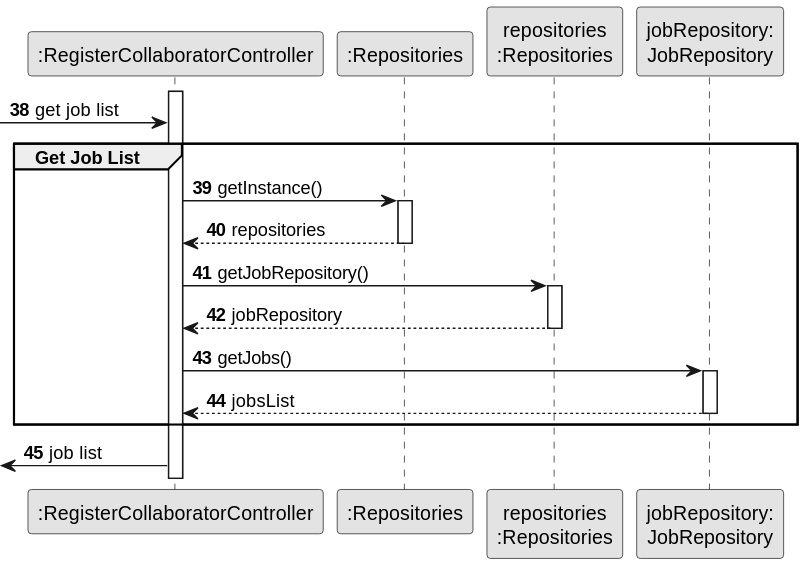
This is docs/sprintB/us003/03.design/svg/us003-sequence-diagram-partial-get-job-list.svg from ricardomm7/leaflink, a PlantUML export, as it was before one commit.
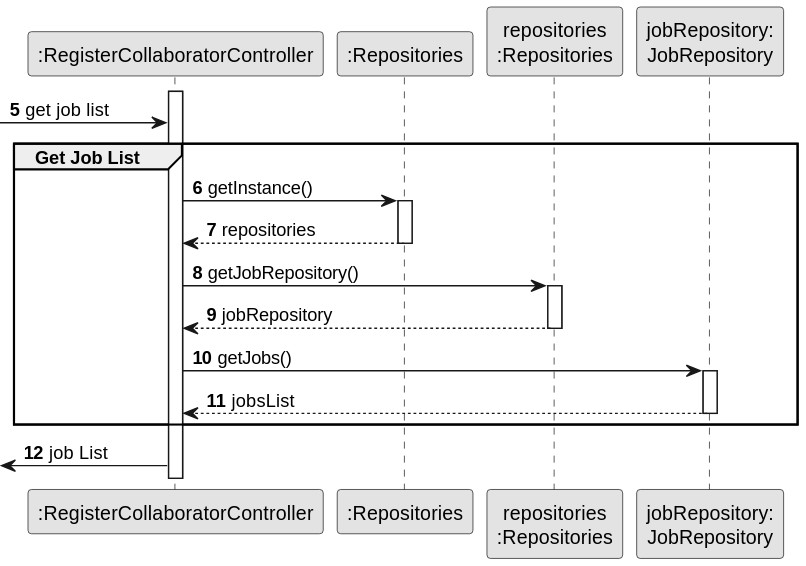
After the change.

The edit, as a diff of the source:
```diff
@@ -8,7 +8,7 @@
 participant "repositories\n:Repositories" as PLAT
 participant "jobRepository:\nJobRepository" as jobRepository
 
-autonumber 38
+autonumber 5
 activate CTRL
 
 -> CTRL: get job list
@@ -28,5 +28,5 @@
 deactivate jobRepository
 
 end
-<- CTRL: job list
+<- CTRL: job List
 @enduml
```
